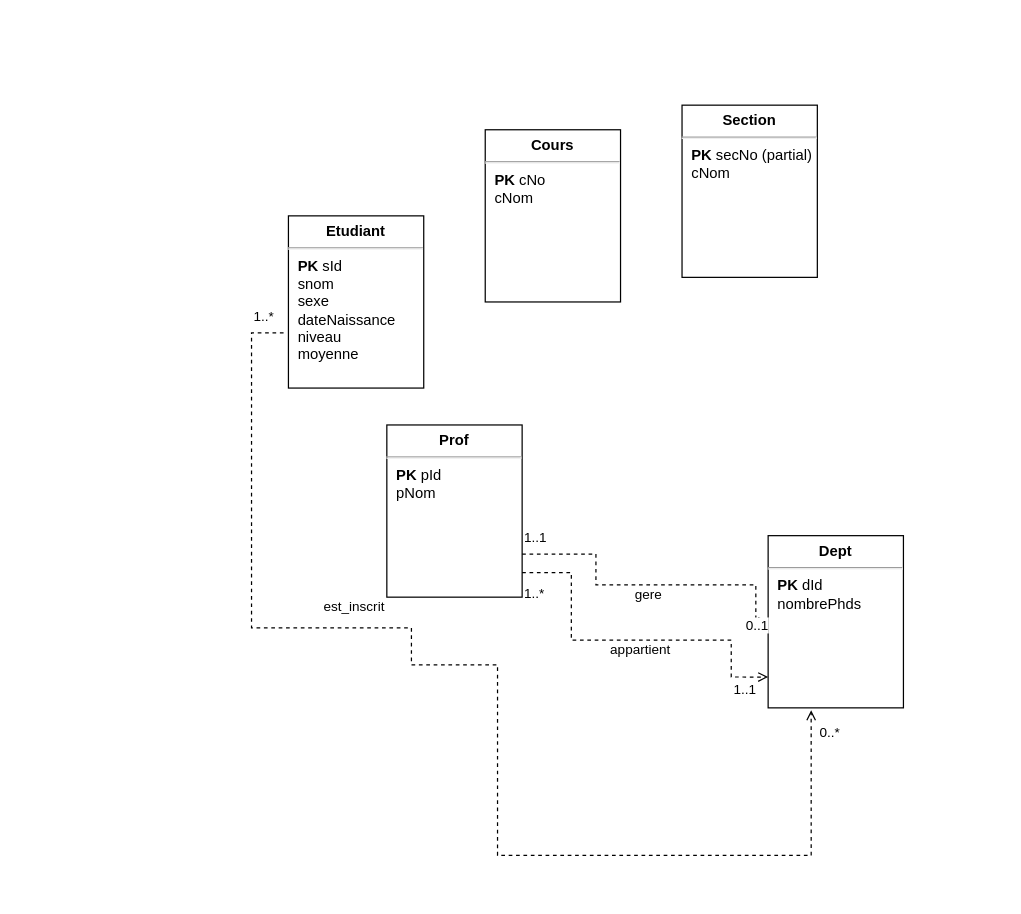
Above: Tp3.drawio in lyg2/Reservation-SQL (draw.io), before the change. Source tidied: cells renumbered, new cells numbered last; positions are measured from the earlier drawing's top-left corner, leaving out a move shared by most shapes. Both pictures are drawn from the tidied source at 123%, with x=0, y=0 at pixel (251, 105).
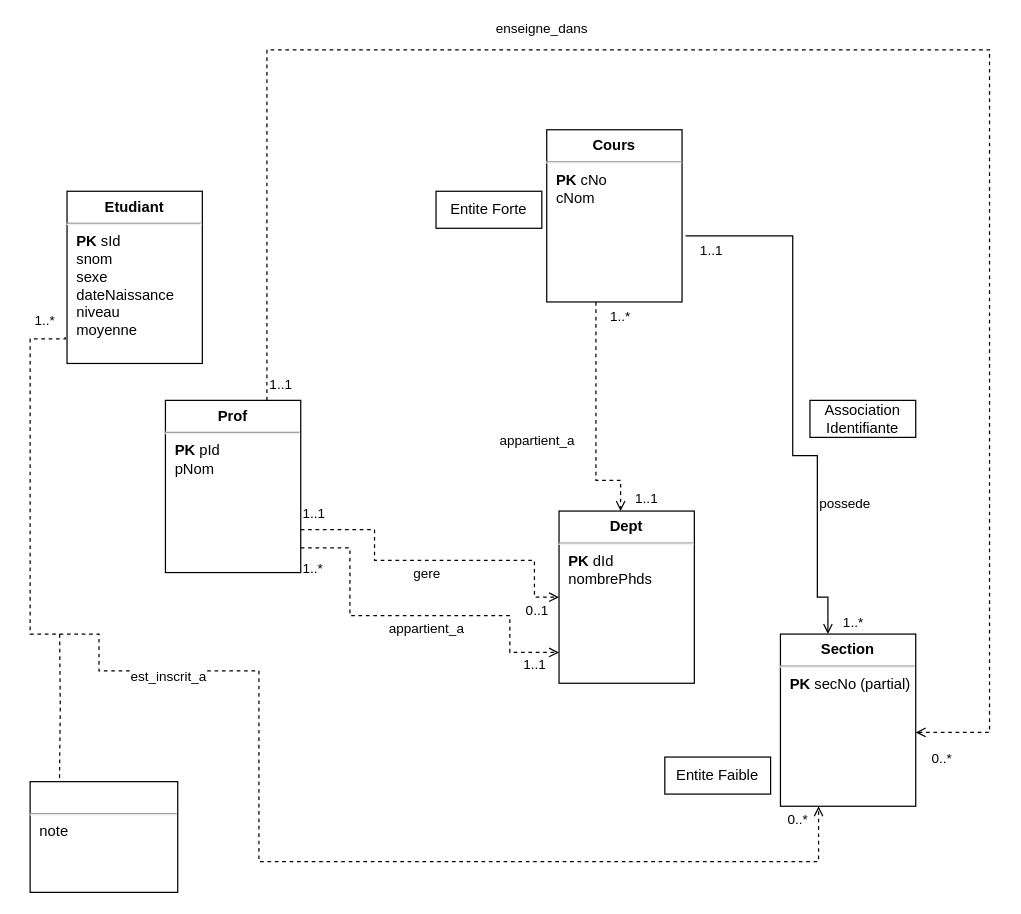
Above is the later version.

Commit message:
Mettre à jour Tp3.drawio

Change to the diagram source:
```diff
@@
     <mxCell id="2" value="&lt;p style=&quot;margin:0px;margin-top:6px;text-align:center;&quot;&gt;&lt;b&gt;Etudiant&lt;/b&gt;&lt;/p&gt;&lt;hr&gt;&lt;p style=&quot;margin:0px;margin-left:8px;&quot;&gt;&lt;b&gt;PK&lt;/b&gt;&amp;nbsp;sId&lt;/p&gt;&lt;p style=&quot;margin:0px;margin-left:8px;&quot;&gt;snom&lt;/p&gt;&lt;p style=&quot;margin:0px;margin-left:8px;&quot;&gt;sexe&lt;/p&gt;&lt;p style=&quot;margin:0px;margin-left:8px;&quot;&gt;dateNaissance&lt;/p&gt;&lt;p style=&quot;margin:0px;margin-left:8px;&quot;&gt;niveau&lt;br&gt;moyenne&lt;br&gt;&lt;/p&gt;&lt;p style=&quot;margin:0px;margin-left:8px;&quot;&gt;&lt;br&gt;&lt;/p&gt;" style="align=left;overflow=fill;html=1;" parent="1" vertex="1">
-      <mxGeometry x="30" y="90" width="110" height="140" as="geometry" />
+      <mxGeometry x="-150" y="70" width="110" height="140" as="geometry" />
     </mxCell>
     <mxCell id="3" value="&lt;p style=&quot;margin:0px;margin-top:6px;text-align:center;&quot;&gt;&lt;b&gt;Dept&lt;/b&gt;&lt;/p&gt;&lt;hr&gt;&lt;p style=&quot;margin:0px;margin-left:8px;&quot;&gt;&lt;b&gt;PK&lt;/b&gt;&amp;nbsp;dId&lt;/p&gt;&lt;p style=&quot;margin:0px;margin-left:8px;&quot;&gt;nombrePhds&lt;/p&gt;&lt;p style=&quot;margin:0px;margin-left:8px;&quot;&gt;&lt;br&gt;&lt;/p&gt;" style="align=left;overflow=fill;html=1;" parent="1" vertex="1">
-      <mxGeometry x="420" y="350" width="110" height="140" as="geometry" />
+      <mxGeometry x="250" y="330" width="110" height="140" as="geometry" />
     </mxCell>
     <mxCell id="4" value="&lt;p style=&quot;margin:0px;margin-top:6px;text-align:center;&quot;&gt;&lt;b&gt;Prof&lt;/b&gt;&lt;/p&gt;&lt;hr&gt;&lt;p style=&quot;margin:0px;margin-left:8px;&quot;&gt;&lt;b&gt;PK&lt;/b&gt;&amp;nbsp;pId&lt;/p&gt;&lt;p style=&quot;margin:0px;margin-left:8px;&quot;&gt;pNom&lt;/p&gt;&lt;p style=&quot;margin:0px;margin-left:8px;&quot;&gt;&lt;br&gt;&lt;/p&gt;" style="align=left;overflow=fill;html=1;" parent="1" vertex="1">
-      <mxGeometry x="110" y="260" width="110" height="140" as="geometry" />
+      <mxGeometry x="-70" y="240" width="110" height="140" as="geometry" />
     </mxCell>
     <mxCell id="5" value="&lt;p style=&quot;margin:0px;margin-top:6px;text-align:center;&quot;&gt;&lt;b&gt;Cours&lt;/b&gt;&lt;/p&gt;&lt;hr&gt;&lt;p style=&quot;margin:0px;margin-left:8px;&quot;&gt;&lt;b&gt;PK&lt;/b&gt;&amp;nbsp;cNo&lt;/p&gt;&lt;p style=&quot;margin:0px;margin-left:8px;&quot;&gt;cNom&lt;/p&gt;&lt;p style=&quot;margin:0px;margin-left:8px;&quot;&gt;&lt;br&gt;&lt;/p&gt;" style="align=left;overflow=fill;html=1;" parent="1" vertex="1">
-      <mxGeometry x="190" y="20" width="110" height="140" as="geometry" />
+      <mxGeometry x="240" y="20" width="110" height="140" as="geometry" />
     </mxCell>
-    <mxCell id="6" value="&lt;p style=&quot;margin:0px;margin-top:6px;text-align:center;&quot;&gt;&lt;b&gt;Section&lt;/b&gt;&lt;/p&gt;&lt;hr&gt;&lt;p style=&quot;margin:0px;margin-left:8px;&quot;&gt;&lt;b&gt;PK&lt;/b&gt;&amp;nbsp;secNo (partial)&lt;/p&gt;&lt;p style=&quot;margin:0px;margin-left:8px;&quot;&gt;cNom&lt;/p&gt;&lt;p style=&quot;margin:0px;margin-left:8px;&quot;&gt;&lt;br&gt;&lt;/p&gt;" style="align=left;overflow=fill;html=1;" parent="1" vertex="1">
-      <mxGeometry x="350" width="110" height="140" as="geometry" />
+    <mxCell id="6" value="&lt;p style=&quot;margin:0px;margin-top:6px;text-align:center;&quot;&gt;&lt;b&gt;Section&lt;/b&gt;&lt;/p&gt;&lt;hr&gt;&lt;p style=&quot;margin:0px;margin-left:8px;&quot;&gt;&lt;b&gt;PK&lt;/b&gt;&amp;nbsp;secNo (partial)&lt;/p&gt;&lt;p style=&quot;margin:0px;margin-left:8px;&quot;&gt;&lt;br&gt;&lt;/p&gt;" style="align=left;overflow=fill;html=1;" parent="1" vertex="1">
+      <mxGeometry x="430" y="430" width="110" height="140" as="geometry" />
     </mxCell>
     <mxCell id="7" value="gere" style="endArrow=open;endFill=0;html=1;edgeStyle=orthogonalEdgeStyle;align=left;verticalAlign=top;rounded=0;strokeColor=default;dashed=1;exitX=1;exitY=0.75;exitDx=0;exitDy=0;entryX=0;entryY=0.5;entryDx=0;entryDy=0;" parent="1" edge="1" source="4" target="3">
       <mxGeometry x="-0.37" y="30" relative="1" as="geometry">
         <Array as="points">
-          <mxPoint x="280" y="390" />
-          <mxPoint x="410" y="390" />
-          <mxPoint x="410" y="420" />
+          <mxPoint x="100" y="370" />
+          <mxPoint x="230" y="370" />
+          <mxPoint x="230" y="400" />
         </Array>
       </mxGeometry>
     </mxCell>
@@
-    <mxCell id="10" value="appartient" style="endArrow=open;endFill=0;html=1;edgeStyle=orthogonalEdgeStyle;align=left;verticalAlign=top;rounded=0;strokeColor=default;dashed=1;entryX=0;entryY=0.821;entryDx=0;entryDy=0;entryPerimeter=0;" parent="1" edge="1" target="3">
+    <mxCell id="10" value="appartient_a" style="endArrow=open;endFill=0;html=1;edgeStyle=orthogonalEdgeStyle;align=left;verticalAlign=top;rounded=0;strokeColor=default;dashed=1;entryX=0;entryY=0.821;entryDx=0;entryDy=0;entryPerimeter=0;" parent="1" edge="1" target="3">
       <mxGeometry x="-0.37" y="30" relative="1" as="geometry">
-        <mxPoint x="220" y="380" as="sourcePoint" />
+        <mxPoint x="40" y="360" as="sourcePoint" />
         <Array as="points">
-          <mxPoint x="260" y="435" />
-          <mxPoint x="390" y="435" />
-          <mxPoint x="390" y="465" />
+          <mxPoint x="80" y="415" />
+          <mxPoint x="210" y="415" />
+          <mxPoint x="210" y="445" />
         </Array>
       </mxGeometry>
     </mxCell>
@@
-    <mxCell id="13" value="est_inscrit" style="endArrow=open;endFill=0;html=1;edgeStyle=orthogonalEdgeStyle;align=left;verticalAlign=top;rounded=0;strokeColor=default;dashed=1;exitX=-0.036;exitY=0.679;exitDx=0;exitDy=0;exitPerimeter=0;entryX=0.318;entryY=1.014;entryDx=0;entryDy=0;entryPerimeter=0;" parent="1" edge="1" source="2" target="3">
-      <mxGeometry x="-0.37" y="30" relative="1" as="geometry">
-        <Array as="points">
-          <mxPoint y="185" />
-          <mxPoint y="425" />
-          <mxPoint x="130" y="425" />
-          <mxPoint x="130" y="455" />
-          <mxPoint x="200" y="455" />
-          <mxPoint x="200" y="610" />
-          <mxPoint x="455" y="610" />
-        </Array>
-      </mxGeometry>
-    </mxCell>
-    <mxCell id="14" value="1..*" style="edgeLabel;html=1;align=left;verticalAlign=bottom;" parent="13" vertex="1">
-      <mxGeometry x="-1" relative="1" as="geometry">
-        <mxPoint x="-26" y="-5" as="offset" />
-      </mxGeometry>
-    </mxCell>
-    <mxCell id="15" value="0..*" style="edgeLabel;html=1;align=center;verticalAlign=middle;" parent="13" vertex="1">
-      <mxGeometry x="0.86" relative="1" as="geometry">
-        <mxPoint x="15" y="-54" as="offset" />
-      </mxGeometry>
-    </mxCell>
+    <mxCell id="16" value="est_inscrit_a" style="endArrow=open;endFill=0;html=1;edgeStyle=orthogonalEdgeStyle;align=left;verticalAlign=top;rounded=0;strokeColor=default;dashed=1;exitX=-0.014;exitY=0.846;exitDx=0;exitDy=0;exitPerimeter=0;" parent="1" edge="1" source="2" target="6">
+      <mxGeometry x="-0.39" y="24" relative="1" as="geometry">
+        <Array as="points">
+          <mxPoint x="-151" y="190" />
+          <mxPoint x="-180" y="190" />
+          <mxPoint x="-180" y="430" />
+          <mxPoint x="-124" y="430" />
+          <mxPoint x="-124" y="460" />
+          <mxPoint x="6" y="460" />
+          <mxPoint x="6" y="615" />
+          <mxPoint x="461" y="615" />
+        </Array>
+      </mxGeometry>
+    </mxCell>
+    <mxCell id="17" value="1..*" style="edgeLabel;html=1;align=left;verticalAlign=bottom;" parent="16" vertex="1">
+      <mxGeometry x="-1" relative="1" as="geometry">
+        <mxPoint x="-26" y="-5" as="offset" />
+      </mxGeometry>
+    </mxCell>
+    <mxCell id="18" value="0..*" style="edgeLabel;html=1;align=center;verticalAlign=middle;" parent="16" vertex="1">
+      <mxGeometry x="0.86" relative="1" as="geometry">
+        <mxPoint x="18" y="-35" as="offset" />
+      </mxGeometry>
+    </mxCell>
+    <mxCell id="19" value="appartient_a" style="endArrow=open;endFill=0;html=1;edgeStyle=orthogonalEdgeStyle;align=left;verticalAlign=top;rounded=0;strokeColor=default;dashed=1;entryX=0.455;entryY=0;entryDx=0;entryDy=0;entryPerimeter=0;" parent="1" edge="1" source="5" target="3">
+      <mxGeometry x="0.05" y="-80" relative="1" as="geometry">
+        <Array as="points">
+          <mxPoint x="280" y="305" />
+          <mxPoint x="300" y="305" />
+        </Array>
+      </mxGeometry>
+    </mxCell>
+    <mxCell id="20" value="1..*" style="edgeLabel;html=1;align=left;verticalAlign=bottom;" parent="19" vertex="1">
+      <mxGeometry x="-1" relative="1" as="geometry">
+        <mxPoint x="10" y="20" as="offset" />
+      </mxGeometry>
+    </mxCell>
+    <mxCell id="21" value="1..1" style="edgeLabel;html=1;align=center;verticalAlign=middle;" parent="19" vertex="1">
+      <mxGeometry x="0.86" relative="1" as="geometry">
+        <mxPoint x="20" y="3" as="offset" />
+      </mxGeometry>
+    </mxCell>
+    <mxCell id="22" value="possede" style="endArrow=open;endFill=0;html=1;edgeStyle=orthogonalEdgeStyle;align=left;verticalAlign=top;rounded=0;strokeColor=default;entryX=0.351;entryY=-0.001;entryDx=0;entryDy=0;entryPerimeter=0;exitX=1.026;exitY=0.616;exitDx=0;exitDy=0;exitPerimeter=0;" parent="1" edge="1" source="5" target="6">
+      <mxGeometry x="0.42" relative="1" as="geometry">
+        <Array as="points">
+          <mxPoint x="440" y="106" />
+          <mxPoint x="440" y="285" />
+          <mxPoint x="460" y="285" />
+          <mxPoint x="460" y="400" />
+        </Array>
+      </mxGeometry>
+    </mxCell>
+    <mxCell id="23" value="1..1" style="edgeLabel;html=1;align=left;verticalAlign=bottom;" parent="22" vertex="1">
+      <mxGeometry x="-1" relative="1" as="geometry">
+        <mxPoint x="10" y="20" as="offset" />
+      </mxGeometry>
+    </mxCell>
+    <mxCell id="24" value="1..*" style="edgeLabel;html=1;align=center;verticalAlign=middle;" parent="22" vertex="1">
+      <mxGeometry x="0.86" relative="1" as="geometry">
+        <mxPoint x="20" y="20" as="offset" />
+      </mxGeometry>
+    </mxCell>
+    <mxCell id="25" value="Entite Forte" style="rounded=0;whiteSpace=wrap;html=1;" parent="1" vertex="1">
+      <mxGeometry x="150" y="70" width="86" height="30.1" as="geometry" />
+    </mxCell>
+    <mxCell id="26" value="Entite Faible" style="rounded=0;whiteSpace=wrap;html=1;" parent="1" vertex="1">
+      <mxGeometry x="336" y="530" width="86" height="30.1" as="geometry" />
+    </mxCell>
+    <mxCell id="27" value="Association Identifiante" style="rounded=0;whiteSpace=wrap;html=1;" parent="1" vertex="1">
+      <mxGeometry x="454" y="240" width="86" height="30.1" as="geometry" />
+    </mxCell>
+    <mxCell id="28" value="&lt;p style=&quot;margin:0px;margin-top:6px;text-align:center;&quot;&gt;&lt;br&gt;&lt;/p&gt;&lt;hr&gt;&lt;p style=&quot;margin:0px;margin-left:8px;&quot;&gt;note&lt;/p&gt;" style="align=left;overflow=fill;html=1;" parent="1" vertex="1">
+      <mxGeometry x="-180" y="550" width="120" height="90" as="geometry" />
+    </mxCell>
+    <mxCell id="29" style="edgeStyle=orthogonalEdgeStyle;rounded=0;jettySize=auto;html=1;entryX=0.199;entryY=-0.031;entryDx=0;entryDy=0;dashed=1;entryPerimeter=0;endArrow=none;endFill=0;" parent="1" edge="1" target="28">
+      <mxGeometry x="-0.14" y="30" relative="1" as="geometry">
+        <mxPoint x="-156" y="430" as="sourcePoint" />
+      </mxGeometry>
+    </mxCell>
+    <mxCell id="30" value="enseigne_dans" style="endArrow=open;endFill=0;html=1;edgeStyle=orthogonalEdgeStyle;align=left;verticalAlign=top;rounded=0;strokeColor=default;dashed=1;exitX=0.75;exitY=0;exitDx=0;exitDy=0;entryX=1;entryY=0.571;entryDx=0;entryDy=0;entryPerimeter=0;" parent="1" edge="1" source="4" target="6">
+      <mxGeometry x="-0.37" y="30" relative="1" as="geometry">
+        <Array as="points">
+          <mxPoint x="12" y="-45" />
+          <mxPoint x="600" y="-45" />
+          <mxPoint x="600" y="510" />
+        </Array>
+      </mxGeometry>
+    </mxCell>
+    <mxCell id="31" value="1..1" style="edgeLabel;html=1;align=left;verticalAlign=bottom;" parent="30" vertex="1">
+      <mxGeometry x="-1" relative="1" as="geometry">
+        <mxPoint y="-5" as="offset" />
+      </mxGeometry>
+    </mxCell>
+    <mxCell id="32" value="0..*" style="edgeLabel;html=1;align=center;verticalAlign=middle;" parent="30" vertex="1">
+      <mxGeometry x="0.86" relative="1" as="geometry">
+        <mxPoint x="-40" y="65" as="offset" />
+      </mxGeometry>
+    </mxCell>
```
